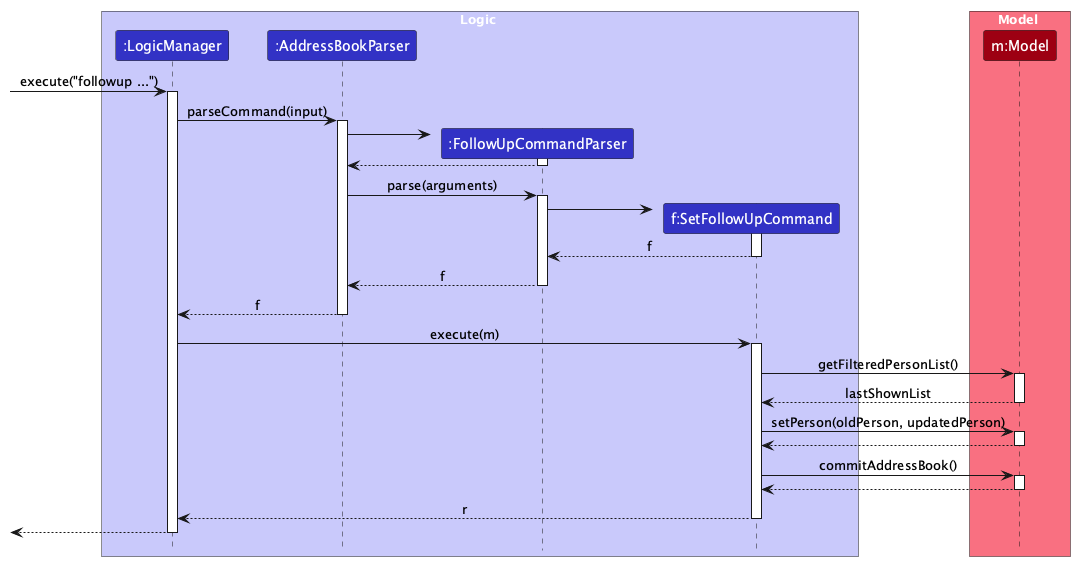
Above: docs/images/FollowUpSequenceDiagram.png in AY2627S1-CS2103T-F11-1/tp (PlantUML), before the change.
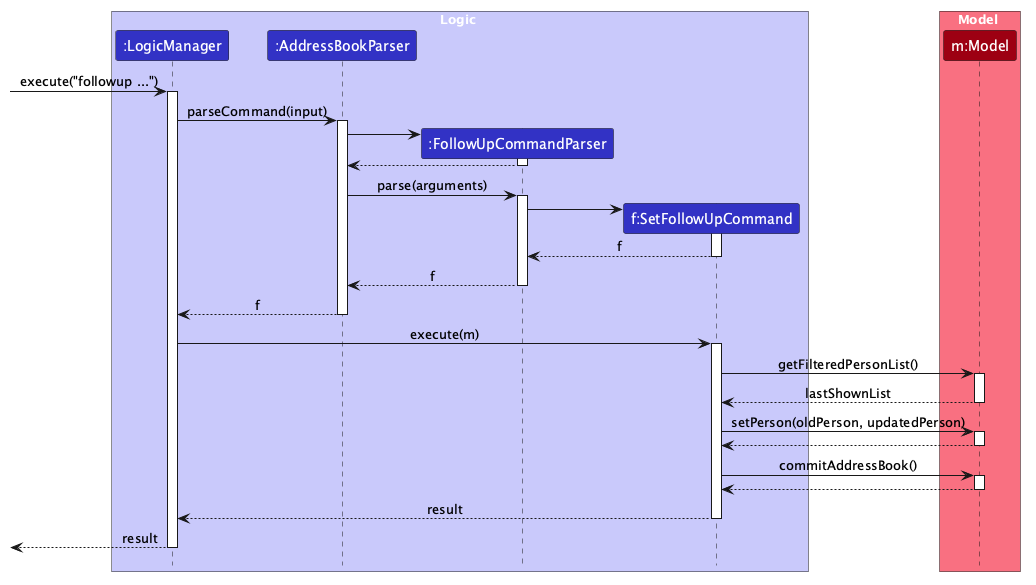
After the change.

The edit, as a diff of the source:
```diff
@@ -65,9 +65,9 @@
 deactivate Model
 
 
-SetFollowUpCommand --> LogicManager : r
+SetFollowUpCommand --> LogicManager : result
 deactivate SetFollowUpCommand
 
-[<--LogicManager
+[<--LogicManager : result
 deactivate LogicManager
 @enduml
```
